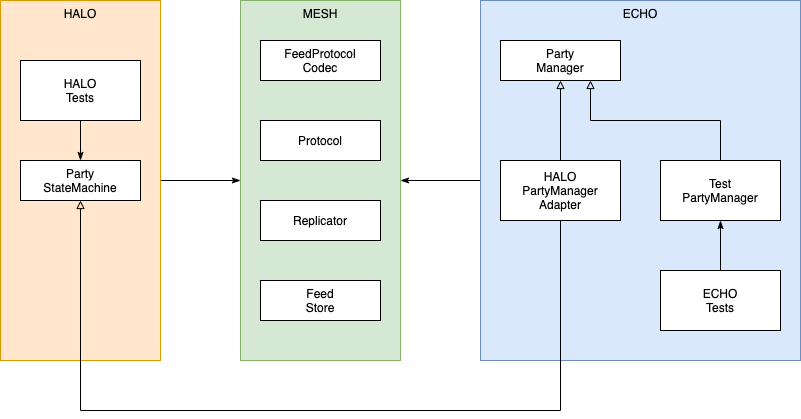
The draw.io diagram docs/content/diagrams/dependencies.png in dxos/dxos, before a commit. Source tidied: cells renumbered, new cells last; positions are measured from the earlier drawing's top-left corner, leaving out a move shared by most shapes.
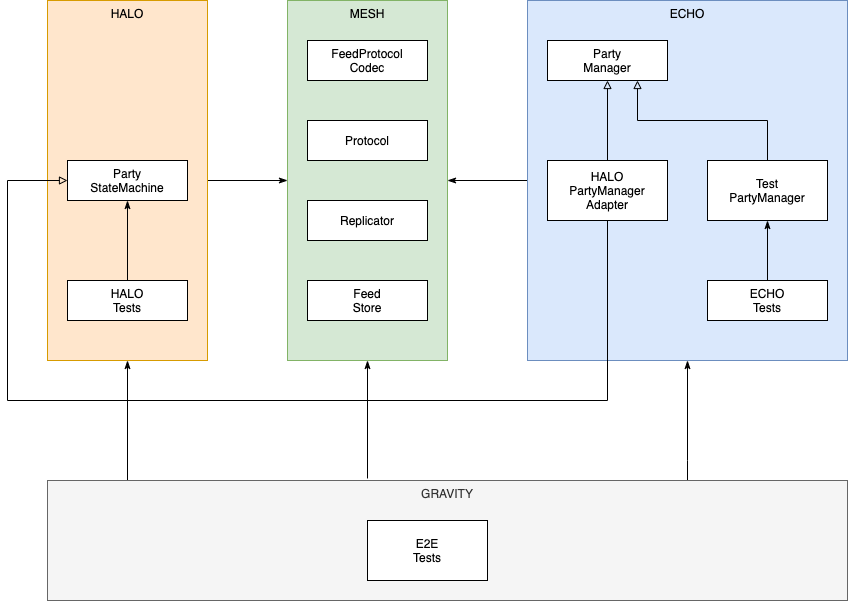
After the change.

Change to the diagram source:
```diff
@@ -26,11 +26,12 @@
     <mxCell id="9" style="edgeStyle=orthogonalEdgeStyle;rounded=0;jettySize=auto;html=1;exitX=0.5;exitY=0;exitDx=0;exitDy=0;endArrow=block;endFill=0;" parent="1" edge="1" source="11" target="8">
       <mxGeometry relative="1" as="geometry" />
     </mxCell>
-    <mxCell id="10" style="edgeStyle=orthogonalEdgeStyle;rounded=0;jettySize=auto;html=1;exitX=0.5;exitY=1;exitDx=0;exitDy=0;endArrow=block;endFill=0;entryX=0.5;entryY=1;entryDx=0;entryDy=0;" parent="1" edge="1" source="11" target="7">
+    <mxCell id="10" style="edgeStyle=orthogonalEdgeStyle;rounded=0;jettySize=auto;html=1;exitX=0.5;exitY=1;exitDx=0;exitDy=0;endArrow=block;endFill=0;entryX=0;entryY=0.5;entryDx=0;entryDy=0;" parent="1" edge="1" source="11" target="7">
       <mxGeometry relative="1" as="geometry">
         <Array as="points">
-          <mxPoint x="560" y="410" />
-          <mxPoint x="80" y="410" />
+          <mxPoint x="560" y="400" />
+          <mxPoint x="-40" y="400" />
+          <mxPoint x="-40" y="180" />
         </Array>
       </mxGeometry>
     </mxCell>
@@ -59,13 +60,37 @@
       <mxGeometry relative="1" as="geometry" />
     </mxCell>
     <mxCell id="19" value="ECHO&lt;br&gt;Tests" style="rounded=0;whiteSpace=wrap;html=1;" parent="1" vertex="1">
-      <mxGeometry x="660" y="270" width="120" height="60" as="geometry" />
+      <mxGeometry x="660" y="280" width="120" height="40" as="geometry" />
     </mxCell>
-    <mxCell id="20" style="edgeStyle=orthogonalEdgeStyle;rounded=0;jettySize=auto;html=1;exitX=0.5;exitY=1;exitDx=0;exitDy=0;endArrow=classicThin;endFill=1;" parent="1" edge="1" source="21" target="7">
+    <mxCell id="20" style="edgeStyle=orthogonalEdgeStyle;rounded=0;jettySize=auto;html=1;exitX=0.5;exitY=0;exitDx=0;exitDy=0;endArrow=classicThin;endFill=1;" parent="1" edge="1" source="21" target="7">
       <mxGeometry relative="1" as="geometry" />
     </mxCell>
     <mxCell id="21" value="HALO&lt;br&gt;Tests" style="rounded=0;whiteSpace=wrap;html=1;" parent="1" vertex="1">
-      <mxGeometry x="20" y="60" width="120" height="60" as="geometry" />
+      <mxGeometry x="20" y="280" width="120" height="40" as="geometry" />
     </mxCell>
+    <mxCell id="22" style="edgeStyle=orthogonalEdgeStyle;rounded=0;jettySize=auto;html=1;exitX=0.4;exitY=-0.017;exitDx=0;exitDy=0;endArrow=classicThin;endFill=1;exitPerimeter=0;" parent="1" edge="1" source="25" target="2">
+      <mxGeometry relative="1" as="geometry" />
+    </mxCell>
+    <mxCell id="23" style="edgeStyle=orthogonalEdgeStyle;rounded=0;jettySize=auto;html=1;exitX=0.098;exitY=0;exitDx=0;exitDy=0;endArrow=classicThin;endFill=1;exitPerimeter=0;" parent="1" edge="1" source="25" target="4">
+      <mxGeometry relative="1" as="geometry">
+        <Array as="points">
+          <mxPoint x="80" y="480" />
+        </Array>
+      </mxGeometry>
+    </mxCell>
+    <mxCell id="24" style="edgeStyle=orthogonalEdgeStyle;rounded=0;jettySize=auto;html=1;exitX=0.8;exitY=0.008;exitDx=0;exitDy=0;endArrow=classicThin;endFill=1;exitPerimeter=0;" parent="1" edge="1" source="25" target="6">
+      <mxGeometry relative="1" as="geometry">
+        <Array as="points">
+          <mxPoint x="640" y="460" />
+          <mxPoint x="640" y="460" />
+        </Array>
+      </mxGeometry>
+    </mxCell>
+    <mxCell id="25" value="GRAVITY" style="rounded=0;whiteSpace=wrap;html=1;verticalAlign=top;fillColor=#f5f5f5;strokeColor=#666666;fontColor=#333333;" parent="1" vertex="1">
+      <mxGeometry y="480" width="800" height="120" as="geometry" />
+    </mxCell>
+    <mxCell id="26" value="E2E&lt;br&gt;Tests" style="rounded=0;whiteSpace=wrap;html=1;" parent="1" vertex="1">
+      <mxGeometry x="320" y="520" width="120" height="60" as="geometry" />
+    </mxCell>
   </root>
 </mxGraphModel>
```
